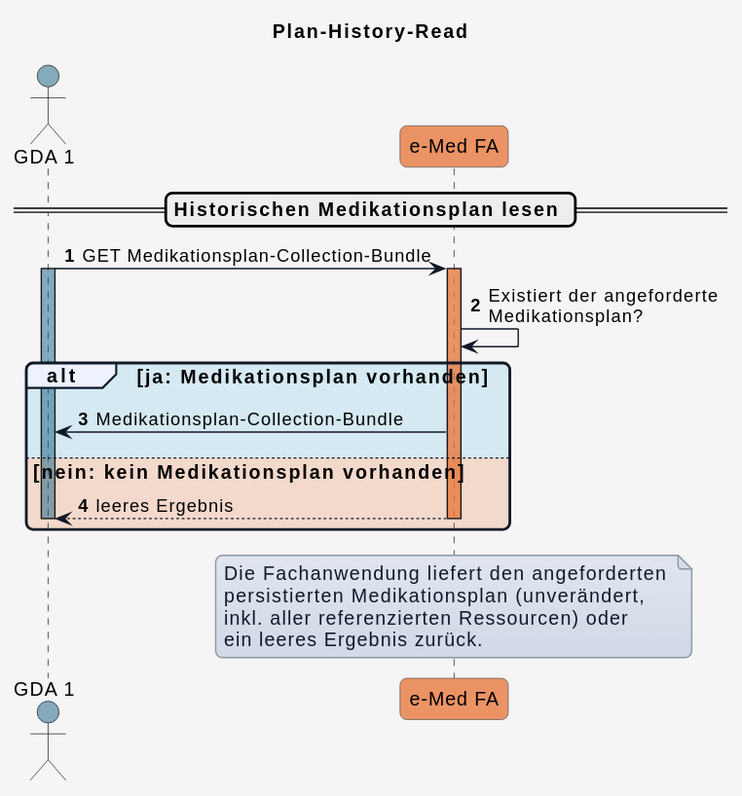
Before: r4-ELGA-e-Medikation-main/plantuml/UC_eMed_05_01.svg, a diagram exported from PlantUML (HL7Austria/hl7austria.github.io).
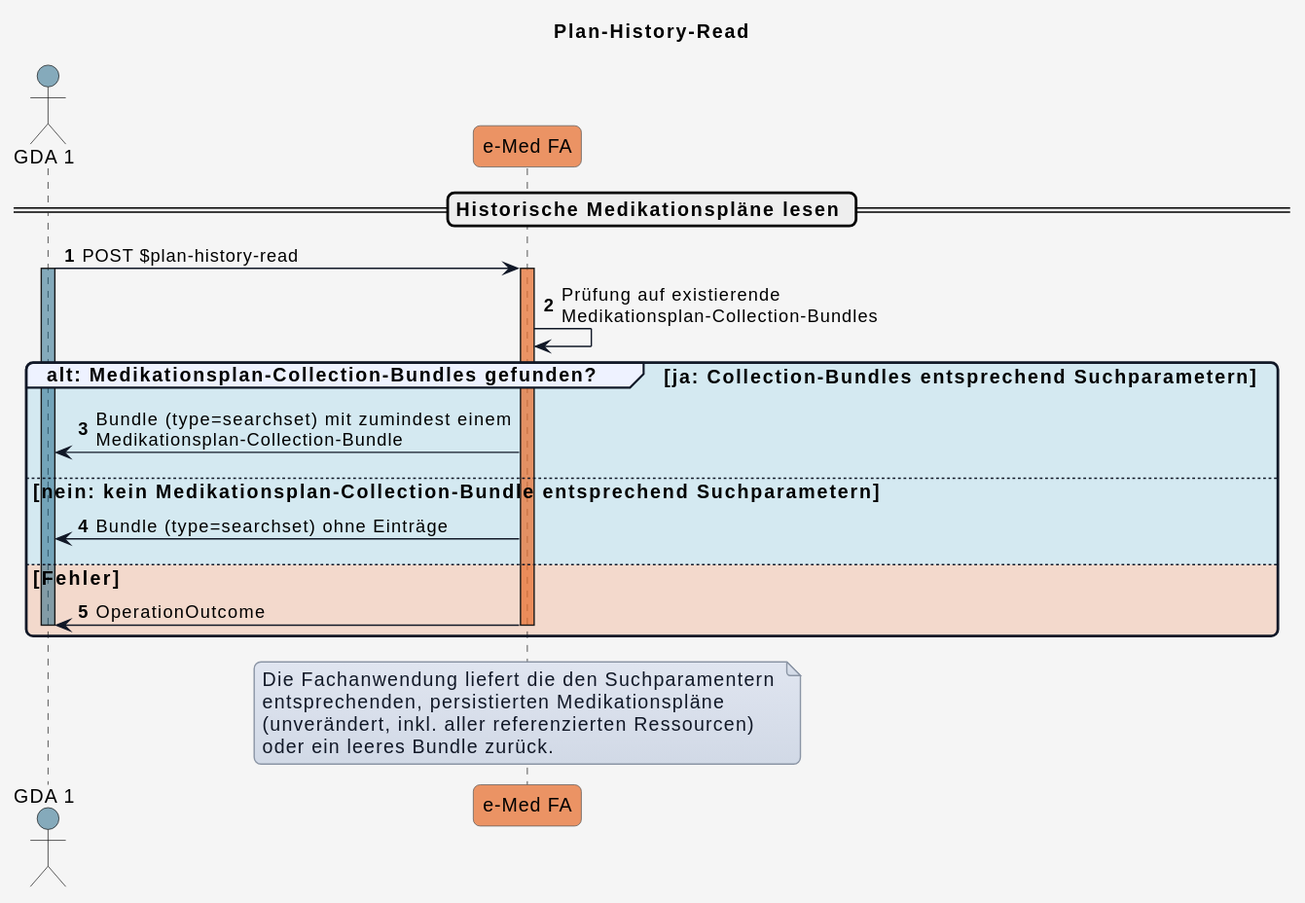
Above is the later version.

Diff of the diagram source:
```diff
@@ -56,26 +56,28 @@
 
 autonumber
 
-== Historischen Medikationsplan lesen ==
+== Historische Medikationspläne lesen ==
 
-GDA_1 -> eMed_FA: GET Medikationsplan-Collection-Bundle
+GDA_1 -> eMed_FA: POST $plan-history-read
 activate GDA_1 COLOR_GDA_1
 
 activate eMed_FA COLOR_EMED_FA
-eMed_FA -> eMed_FA: Existiert der angeforderte\nMedikationsplan?
+eMed_FA -> eMed_FA: Prüfung auf existierende\nMedikationsplan-Collection-Bundles
 
-alt COLOR_OK ja: Medikationsplan vorhanden
-  eMed_FA -> GDA_1: Medikationsplan-Collection-Bundle
-else COLOR_ERROR nein: kein Medikationsplan vorhanden
-  eMed_FA --> GDA_1: leeres Ergebnis
+group COLOR_OK alt: Medikationsplan-Collection-Bundles gefunden? [ja: Collection-Bundles entsprechend Suchparametern]
+  eMed_FA -> GDA_1: Bundle (type=searchset) mit zumindest einem\nMedikationsplan-Collection-Bundle
+else COLOR_OK nein: kein Medikationsplan-Collection-Bundle entsprechend Suchparametern
+  eMed_FA -> GDA_1: Bundle (type=searchset) ohne Einträge
+else COLOR_ERROR Fehler
+  eMed_FA -> GDA_1: OperationOutcome
   deactivate GDA_1
   deactivate eMed_FA
 end
 
 note over eMed_FA
-Die Fachanwendung liefert den angeforderten
-persistierten Medikationsplan (unverändert,
-inkl. aller referenzierten Ressourcen) oder
-ein leeres Ergebnis zurück.
+Die Fachanwendung liefert die den Suchparamentern
+entsprechenden, persistierten Medikationspläne
+(unverändert, inkl. aller referenzierten Ressourcen)
+oder ein leeres Bundle zurück.
 end note
 @enduml
```
